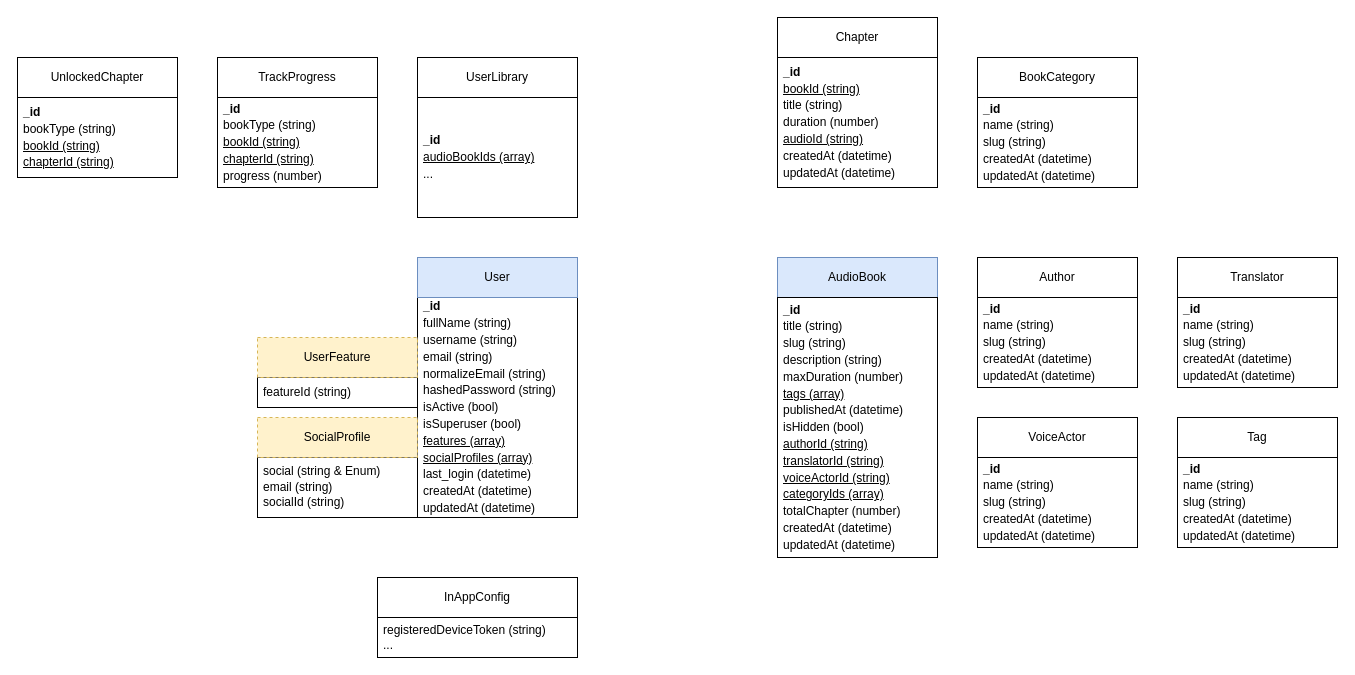
Above: page "Schemas" (2 of 2) of audio-book-app/entity.schema.drawio in pxuanbach/system-design (draw.io), before the change. Source tidied: cells renumbered, new cells numbered last; positions are measured from the earlier drawing's top-left corner, leaving out a move shared by most shapes. Both pictures are drawn from the tidied source at 100%, with x=0, y=0 at pixel (17, 17).
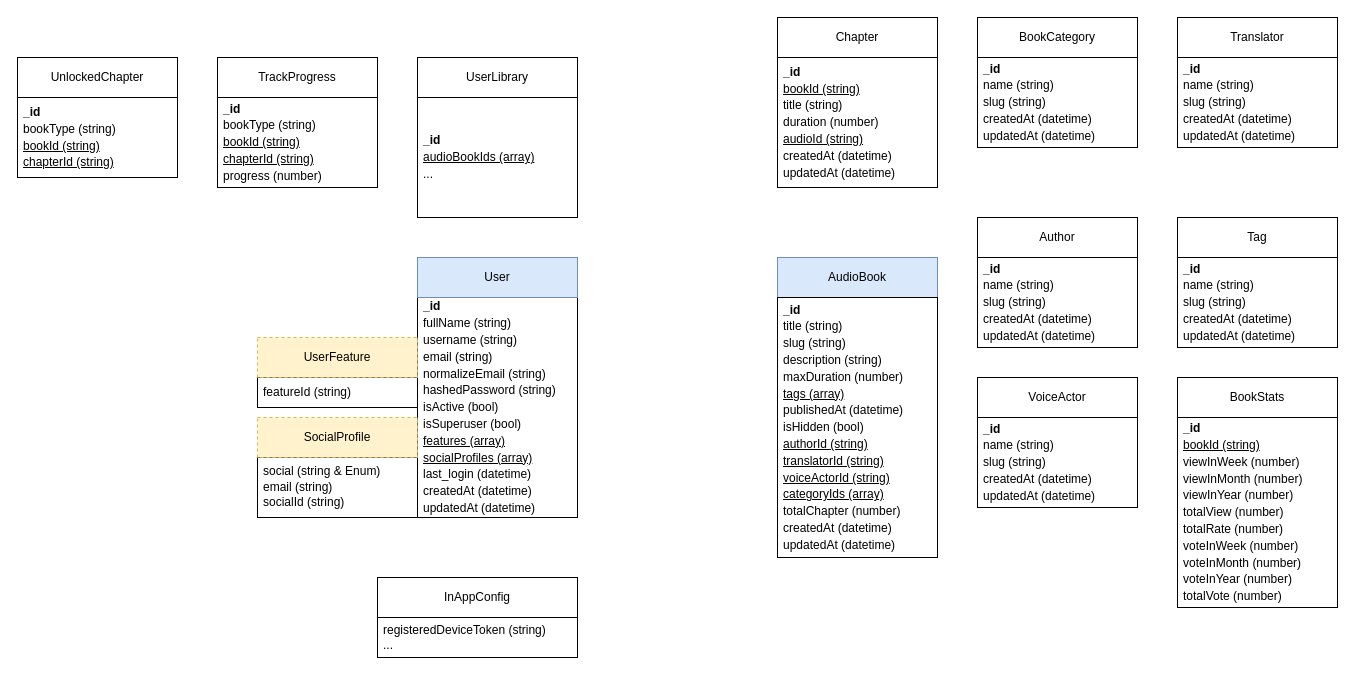
The same page after the edit.

Change to the diagram source:
```diff
@@
     <mxCell id="16" value="Author" style="rounded=0;whiteSpace=wrap;html=1;" parent="1" vertex="1">
-      <mxGeometry x="960" y="240" width="160" height="40" as="geometry" />
+      <mxGeometry x="960" y="200" width="160" height="40" as="geometry" />
     </mxCell>
     <mxCell id="17" value="VoiceActor" style="rounded=0;whiteSpace=wrap;html=1;" parent="1" vertex="1">
-      <mxGeometry x="960" y="400" width="160" height="40" as="geometry" />
+      <mxGeometry x="960" y="360" width="160" height="40" as="geometry" />
     </mxCell>
@@
     <mxCell id="20" value="BookCategory" style="rounded=0;whiteSpace=wrap;html=1;" parent="1" vertex="1">
-      <mxGeometry x="960" y="40" width="160" height="40" as="geometry" />
+      <mxGeometry x="960" width="160" height="40" as="geometry" />
     </mxCell>
     <mxCell id="21" value="Tag" style="rounded=0;whiteSpace=wrap;html=1;" parent="1" vertex="1">
-      <mxGeometry x="1160" y="400" width="160" height="40" as="geometry" />
+      <mxGeometry x="1160" y="200" width="160" height="40" as="geometry" />
     </mxCell>
     <mxCell id="22" value="Translator" style="rounded=0;whiteSpace=wrap;html=1;" parent="1" vertex="1">
-      <mxGeometry x="1160" y="240" width="160" height="40" as="geometry" />
+      <mxGeometry x="1160" width="160" height="40" as="geometry" />
     </mxCell>
@@
     <mxCell id="25" value="&lt;p style=&quot;line-height: 140%;&quot;&gt;&lt;b&gt;_id&lt;/b&gt;&lt;br&gt;name (string)&lt;br&gt;slug (string)&lt;br&gt;createdAt (datetime)&lt;br style=&quot;border-color: var(--border-color);&quot;&gt;updatedAt (datetime)&lt;br&gt;&lt;/p&gt;" style="rounded=0;whiteSpace=wrap;html=1;labelBackgroundColor=none;align=left;spacingLeft=4;" parent="1" vertex="1">
-      <mxGeometry x="960" y="280" width="160" height="90" as="geometry" />
+      <mxGeometry x="960" y="240" width="160" height="90" as="geometry" />
     </mxCell>
     <mxCell id="26" value="&lt;p style=&quot;line-height: 140%;&quot;&gt;&lt;b&gt;_id&lt;/b&gt;&lt;br&gt;name (string)&lt;br&gt;slug (string)&lt;br&gt;createdAt (datetime)&lt;br style=&quot;border-color: var(--border-color);&quot;&gt;updatedAt (datetime)&lt;br&gt;&lt;/p&gt;" style="rounded=0;whiteSpace=wrap;html=1;labelBackgroundColor=none;align=left;spacingLeft=4;" parent="1" vertex="1">
-      <mxGeometry x="1160" y="280" width="160" height="90" as="geometry" />
+      <mxGeometry x="1160" y="40" width="160" height="90" as="geometry" />
     </mxCell>
     <mxCell id="27" value="&lt;p style=&quot;line-height: 140%;&quot;&gt;&lt;b&gt;_id&lt;/b&gt;&lt;br&gt;name (string)&lt;br&gt;slug (string)&lt;br&gt;createdAt (datetime)&lt;br style=&quot;border-color: var(--border-color);&quot;&gt;updatedAt (datetime)&lt;br&gt;&lt;/p&gt;" style="rounded=0;whiteSpace=wrap;html=1;labelBackgroundColor=none;align=left;spacingLeft=4;" parent="1" vertex="1">
-      <mxGeometry x="960" y="440" width="160" height="90" as="geometry" />
+      <mxGeometry x="960" y="400" width="160" height="90" as="geometry" />
     </mxCell>
     <mxCell id="28" value="&lt;p style=&quot;line-height: 140%;&quot;&gt;&lt;b&gt;_id&lt;/b&gt;&lt;br&gt;name (string)&lt;br&gt;slug (string)&lt;br&gt;createdAt (datetime)&lt;br style=&quot;border-color: var(--border-color);&quot;&gt;updatedAt (datetime)&lt;br&gt;&lt;/p&gt;" style="rounded=0;whiteSpace=wrap;html=1;labelBackgroundColor=none;align=left;spacingLeft=4;" parent="1" vertex="1">
-      <mxGeometry x="1160" y="440" width="160" height="90" as="geometry" />
+      <mxGeometry x="1160" y="240" width="160" height="90" as="geometry" />
     </mxCell>
     <mxCell id="29" value="&lt;p style=&quot;line-height: 140%;&quot;&gt;&lt;b&gt;_id&lt;/b&gt;&lt;br&gt;name (string)&lt;br&gt;slug (string)&lt;br&gt;createdAt (datetime)&lt;br style=&quot;border-color: var(--border-color);&quot;&gt;updatedAt (datetime)&lt;br&gt;&lt;/p&gt;" style="rounded=0;whiteSpace=wrap;html=1;labelBackgroundColor=none;align=left;spacingLeft=4;" parent="1" vertex="1">
-      <mxGeometry x="960" y="80" width="160" height="90" as="geometry" />
+      <mxGeometry x="960" y="40" width="160" height="90" as="geometry" />
     </mxCell>
+    <mxCell id="30" value="BookStats" style="rounded=0;whiteSpace=wrap;html=1;" parent="1" vertex="1">
+      <mxGeometry x="1160" y="360" width="160" height="40" as="geometry" />
+    </mxCell>
+    <mxCell id="31" value="&lt;p style=&quot;line-height: 140%;&quot;&gt;&lt;b&gt;_id&lt;/b&gt;&lt;br&gt;&lt;u&gt;bookId (string)&lt;/u&gt;&lt;br&gt;viewInWeek (number)&lt;br&gt;viewInMonth (number)&lt;br&gt;viewInYear (number)&lt;br&gt;totalView (number)&lt;br style=&quot;border-color: var(--border-color);&quot;&gt;totalRate (number)&lt;br&gt;voteInWeek (number)&lt;br&gt;voteInMonth (number)&lt;br&gt;voteInYear (number)&lt;br&gt;totalVote (number)&lt;/p&gt;" style="rounded=0;whiteSpace=wrap;html=1;labelBackgroundColor=none;align=left;spacingLeft=4;" parent="1" vertex="1">
+      <mxGeometry x="1160" y="400" width="160" height="190" as="geometry" />
+    </mxCell>
```
